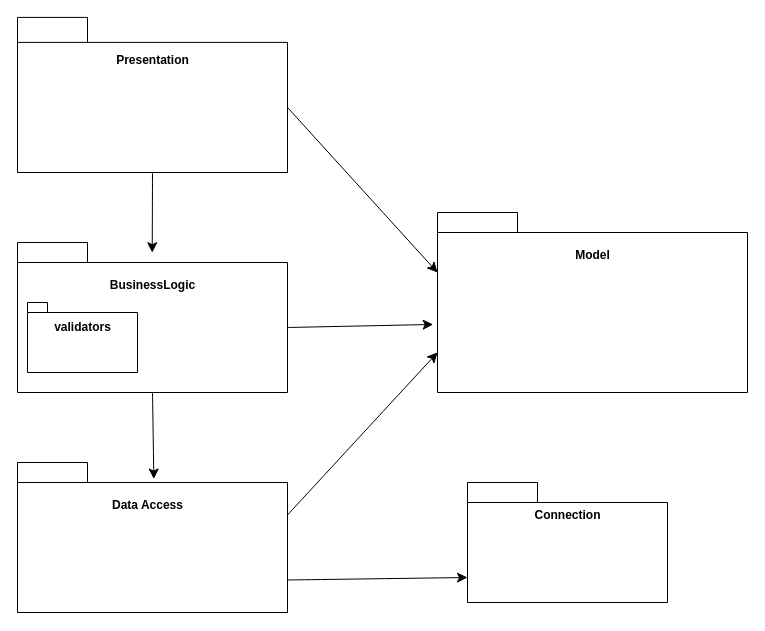
alepops/orders-management-java keeps this draw.io diagram as PackageDiagram.drawio. Above is the earlier version. Source tidied: cells renumbered, new cells numbered last; positions are measured from the earlier drawing's top-left corner, leaving out a move shared by most shapes. Both pictures are drawn from the tidied source at 100%, with x=0, y=0 at pixel (17, 17).
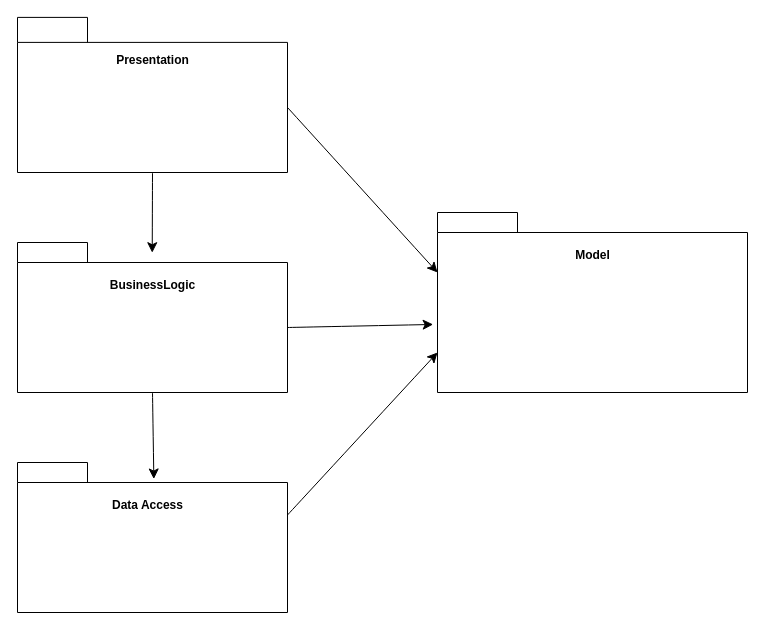
The same diagram, later.

The edit, as a diff of the source:
```diff
@@
 <mxGraphModel>
   <root>
     <mxCell id="0" />
     <mxCell id="1" parent="0" />
     <mxCell id="2" style="shape=folder;fontStyle=1;spacingTop=10;tabWidth=80;tabHeight=20;tabPosition=left;html=1;rounded=0;shadow=0;comic=0;labelBackgroundColor=none;strokeColor=#000000;strokeWidth=1;fillColor=#ffffff;fontFamily=Verdana;fontSize=10;fontColor=#000000;align=center;" parent="1" vertex="1">
       <mxGeometry x="420" y="195" width="310" height="180" as="geometry" />
     </mxCell>
     <mxCell id="3" style="shape=folder;fontStyle=1;spacingTop=10;tabWidth=70;tabHeight=20;tabPosition=left;html=1;rounded=0;shadow=0;comic=0;labelBackgroundColor=none;strokeColor=#000000;strokeWidth=1;fillColor=#ffffff;fontFamily=Verdana;fontSize=10;fontColor=#000000;align=center;" parent="1" vertex="1">
       <mxGeometry y="225" width="270" height="150" as="geometry" />
     </mxCell>
     <mxCell id="4" style="shape=folder;fontStyle=1;spacingTop=10;tabWidth=70;tabHeight=25;tabPosition=left;html=1;rounded=0;shadow=0;comic=0;labelBackgroundColor=none;strokeColor=#000000;strokeWidth=1;fillColor=#ffffff;fontFamily=Verdana;fontSize=10;fontColor=#000000;align=center;" parent="1" vertex="1">
       <mxGeometry y="-0.1" width="270" height="155.1" as="geometry" />
     </mxCell>
     <mxCell id="5" value="Presentation" style="text;align=center;fontStyle=1;verticalAlign=middle;spacingLeft=3;spacingRight=3;strokeColor=none;html=1;" parent="1" vertex="1">
       <mxGeometry x="95" y="30.4" width="80" height="26" as="geometry" />
     </mxCell>
     <mxCell id="6" value="BusinessLogic" style="text;align=center;fontStyle=1;verticalAlign=middle;spacingLeft=3;spacingRight=3;strokeColor=none;html=1;" parent="1" vertex="1">
       <mxGeometry x="95" y="255" width="80" height="26" as="geometry" />
     </mxCell>
     <mxCell id="7" value="Model" style="text;align=center;fontStyle=1;verticalAlign=middle;spacingLeft=3;spacingRight=3;strokeColor=none;html=1;" parent="1" vertex="1">
       <mxGeometry x="535" y="225" width="80" height="26" as="geometry" />
     </mxCell>
     <mxCell id="8" style="shape=folder;fontStyle=1;spacingTop=10;tabWidth=70;tabHeight=20;tabPosition=left;html=1;rounded=0;shadow=0;comic=0;labelBackgroundColor=none;strokeColor=#000000;strokeWidth=1;fillColor=#ffffff;fontFamily=Verdana;fontSize=10;fontColor=#000000;align=center;" parent="1" vertex="1">
       <mxGeometry y="445" width="270" height="150" as="geometry" />
     </mxCell>
     <mxCell id="9" value="Data Access" style="text;align=center;fontStyle=1;verticalAlign=middle;spacingLeft=3;spacingRight=3;strokeColor=none;html=1;" parent="1" vertex="1">
       <mxGeometry x="90" y="475" width="80" height="26" as="geometry" />
     </mxCell>
-    <mxCell id="10" style="shape=folder;fontStyle=1;spacingTop=10;tabWidth=70;tabHeight=20;tabPosition=left;html=1;rounded=0;shadow=0;comic=0;labelBackgroundColor=none;strokeColor=#000000;strokeWidth=1;fillColor=#ffffff;fontFamily=Verdana;fontSize=10;fontColor=#000000;align=center;" parent="1" vertex="1">
-      <mxGeometry x="450" y="465" width="200" height="120" as="geometry" />
-    </mxCell>
-    <mxCell id="11" value="Connection" style="text;align=center;fontStyle=1;verticalAlign=middle;spacingLeft=3;spacingRight=3;strokeColor=none;html=1;" parent="1" vertex="1">
-      <mxGeometry x="510" y="485" width="80" height="26" as="geometry" />
-    </mxCell>
     <mxCell id="12" style="edgeStyle=none;curved=1;rounded=0;jettySize=auto;html=1;exitX=0.5;exitY=1;exitDx=0;exitDy=0;exitPerimeter=0;entryX=0.499;entryY=0.068;entryDx=0;entryDy=0;entryPerimeter=0;fontSize=12;startSize=8;endSize=8;" parent="1" edge="1" source="4" target="3">
       <mxGeometry relative="1" as="geometry" />
     </mxCell>
     <mxCell id="13" style="edgeStyle=none;curved=1;rounded=0;jettySize=auto;html=1;exitX=0.5;exitY=1;exitDx=0;exitDy=0;exitPerimeter=0;entryX=0.505;entryY=0.11;entryDx=0;entryDy=0;entryPerimeter=0;fontSize=12;startSize=8;endSize=8;" parent="1" edge="1" source="3" target="8">
       <mxGeometry relative="1" as="geometry" />
     </mxCell>
-    <mxCell id="14" style="edgeStyle=none;curved=1;rounded=0;jettySize=auto;html=1;exitX=0;exitY=0;exitDx=270;exitDy=117.5;exitPerimeter=0;entryX=0;entryY=0;entryDx=0;entryDy=94.99999999999999;entryPerimeter=0;fontSize=12;startSize=8;endSize=8;" parent="1" edge="1" source="8" target="10">
-      <mxGeometry relative="1" as="geometry" />
-    </mxCell>
     <mxCell id="15" style="edgeStyle=none;curved=1;rounded=0;jettySize=auto;html=1;exitX=0;exitY=0;exitDx=270;exitDy=85;exitPerimeter=0;entryX=-0.014;entryY=0.622;entryDx=0;entryDy=0;entryPerimeter=0;fontSize=12;startSize=8;endSize=8;" parent="1" edge="1" source="3" target="2">
       <mxGeometry relative="1" as="geometry" />
     </mxCell>
     <mxCell id="16" style="edgeStyle=none;curved=1;rounded=0;jettySize=auto;html=1;exitX=0;exitY=0;exitDx=270;exitDy=90.06;exitPerimeter=0;entryX=0;entryY=0;entryDx=0;entryDy=60;entryPerimeter=0;fontSize=12;startSize=8;endSize=8;" parent="1" edge="1" source="4" target="2">
       <mxGeometry relative="1" as="geometry" />
     </mxCell>
     <mxCell id="17" style="edgeStyle=none;curved=1;rounded=0;jettySize=auto;html=1;exitX=0;exitY=0;exitDx=270;exitDy=52.5;exitPerimeter=0;entryX=0;entryY=0;entryDx=0;entryDy=140;entryPerimeter=0;fontSize=12;startSize=8;endSize=8;" parent="1" edge="1" source="8" target="2">
       <mxGeometry relative="1" as="geometry" />
     </mxCell>
-    <mxCell id="18" style="shape=folder;fontStyle=1;spacingTop=10;tabWidth=20;tabHeight=10;tabPosition=left;html=1;rounded=0;shadow=0;comic=0;labelBackgroundColor=none;strokeColor=#000000;strokeWidth=1;fillColor=#ffffff;fontFamily=Verdana;fontSize=10;fontColor=#000000;align=center;" parent="1" vertex="1">
-      <mxGeometry x="10" y="285" width="110" height="70" as="geometry" />
-    </mxCell>
-    <mxCell id="19" value="validators" style="text;html=1;align=center;verticalAlign=middle;strokeColor=none;fillColor=none;fontStyle=1;" parent="1" vertex="1">
-      <mxGeometry x="30" y="295" width="70" height="30" as="geometry" />
-    </mxCell>
   </root>
 </mxGraphModel>
```
